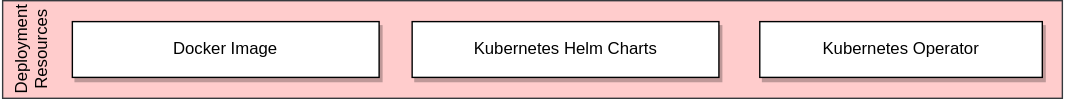
The draw.io diagram site/docs/release-notes/deployment-resources-functional-detail.svg in odpi/egeria-docs, before a commit. Source tidied: cells renumbered, new cells last; positions are measured from the earlier drawing's top-left corner, leaving out a move shared by most shapes.
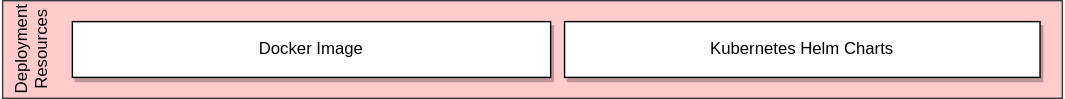
After the change.

The edit, as a diff of the source:
```diff
@@ -3,16 +3,13 @@
     <mxCell id="0" />
     <mxCell id="1" parent="0" />
     <mxCell id="2" value="Deployment Resources" style="rounded=0;whiteSpace=wrap;html=1;horizontal=0;verticalAlign=top;fillColor=#ffcccc;strokeColor=#36393d;" parent="1" vertex="1">
-      <mxGeometry width="760" height="70" as="geometry" />
+      <mxGeometry x="841" y="2" width="760" height="70" as="geometry" />
     </mxCell>
-    <mxCell id="3" value="Kubernetes Operator" style="rounded=0;whiteSpace=wrap;html=1;align=center;shadow=1;" parent="1" vertex="1">
-      <mxGeometry x="543" y="15" width="202.6" height="40" as="geometry" />
+    <mxCell id="3" value="Kubernetes Helm Charts" style="rounded=0;whiteSpace=wrap;html=1;align=center;shadow=1;" parent="1" vertex="1">
+      <mxGeometry x="1244" y="17" width="341" height="40" as="geometry" />
     </mxCell>
-    <mxCell id="4" value="Kubernetes Helm Charts" style="rounded=0;whiteSpace=wrap;html=1;align=center;shadow=1;" parent="1" vertex="1">
-      <mxGeometry x="293.7" y="15" width="220" height="40" as="geometry" />
+    <mxCell id="4" value="Docker Image" style="rounded=0;whiteSpace=wrap;html=1;align=center;shadow=1;" parent="1" vertex="1">
+      <mxGeometry x="891" y="17" width="343" height="40" as="geometry" />
     </mxCell>
-    <mxCell id="5" value="Docker Image" style="rounded=0;whiteSpace=wrap;html=1;align=center;shadow=1;" parent="1" vertex="1">
-      <mxGeometry x="50" y="15" width="220" height="40" as="geometry" />
-    </mxCell>
   </root>
 </mxGraphModel>
```
